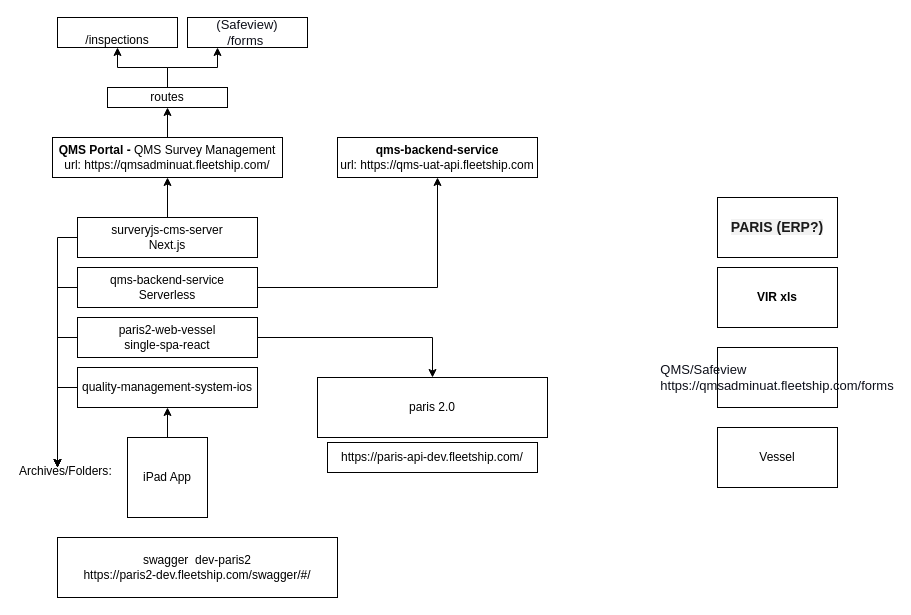
This is Untitled Diagram.drawio from rinatsafin/diagrams, a draw.io file, before an edit. Source tidied: cells renumbered, new cells numbered last; positions are measured from the earlier drawing's top-left corner, leaving out a move shared by most shapes. Both pictures are drawn from the tidied source at 100%, with x=0, y=0 at pixel (17, 17).
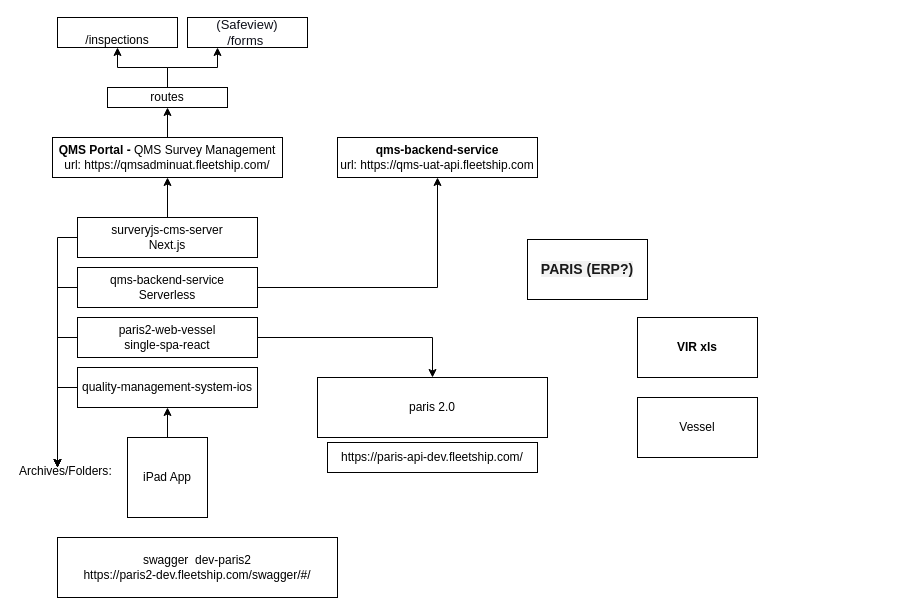
Above is the later version.

What changed in the source:
```diff
@@
     <mxCell id="7" value="&lt;b&gt;VIR xls&lt;/b&gt;&lt;font color=&quot;#1a1a1a&quot; face=&quot;opensans, arial, sans-serif&quot;&gt;&lt;br&gt;&lt;/font&gt;" style="rounded=0;whiteSpace=wrap;html=1;" parent="1" vertex="1">
-      <mxGeometry x="700" y="250" width="120" height="60" as="geometry" />
+      <mxGeometry x="620" y="300" width="120" height="60" as="geometry" />
     </mxCell>
@@
-    <mxCell id="19" value="&lt;div style=&quot;text-align: left&quot;&gt;&lt;span style=&quot;font-size: 13px&quot;&gt;&lt;font color=&quot;#0e101a&quot; face=&quot;arial&quot;&gt;QMS/Safeview&lt;/font&gt;&lt;/span&gt;&lt;/div&gt;&lt;div style=&quot;text-align: left&quot;&gt;&lt;font color=&quot;#0e101a&quot; face=&quot;arial&quot;&gt;&lt;span style=&quot;font-size: 13px&quot;&gt;https://qmsadminuat.fleetship.com/forms&lt;/span&gt;&lt;br&gt;&lt;/font&gt;&lt;/div&gt;" style="rounded=0;whiteSpace=wrap;html=1;" parent="1" vertex="1">
-      <mxGeometry x="700" y="330" width="120" height="60" as="geometry" />
-    </mxCell>
     <mxCell id="20" value="Vessel" style="rounded=0;whiteSpace=wrap;html=1;" parent="1" vertex="1">
-      <mxGeometry x="700" y="410" width="120" height="60" as="geometry" />
+      <mxGeometry x="620" y="380" width="120" height="60" as="geometry" />
     </mxCell>
     <mxCell id="21" value="&lt;strong style=&quot;text-align: left ; color: rgb(26 , 26 , 26) ; font-family: &amp;#34;opensans&amp;#34; , &amp;#34;arial&amp;#34; , sans-serif ; font-size: 14px ; background-color: rgb(242 , 242 , 242)&quot;&gt;PARIS (ERP?)&lt;/strong&gt;" style="rounded=0;whiteSpace=wrap;html=1;" parent="1" vertex="1">
-      <mxGeometry x="700" y="180" width="120" height="60" as="geometry" />
+      <mxGeometry x="510" y="222" width="120" height="60" as="geometry" />
     </mxCell>
```
